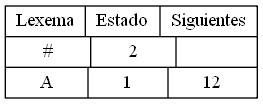
The Graphviz diagram SIGUIENTES_201700733/ListaSig2.png in ByLy23/Regexitive-AFD-converter, before a commit. Its source is kept beside it as Dot/ListaSig2.dot.
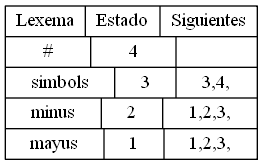
Above is the later version.

What changed in the source:
```diff
@@ -1,6 +1,6 @@
 digraph ListaSiguientes{
 rankdir=LR
-node[shape= record];
-cabeza[label="{Lexema | Estado | Siguientes}| {# |2|{}}| {A |1|{12}}"];
+node[shape= record width=1 height=1];
+cabeza[label="{Lexema | Estado | Siguientes}| {# |4|{}}| {simbols |3|{3,4,}}| {minus |2|{1,2,3,}}| {mayus |1|{1,2,3,}}"];
 
 }
```
